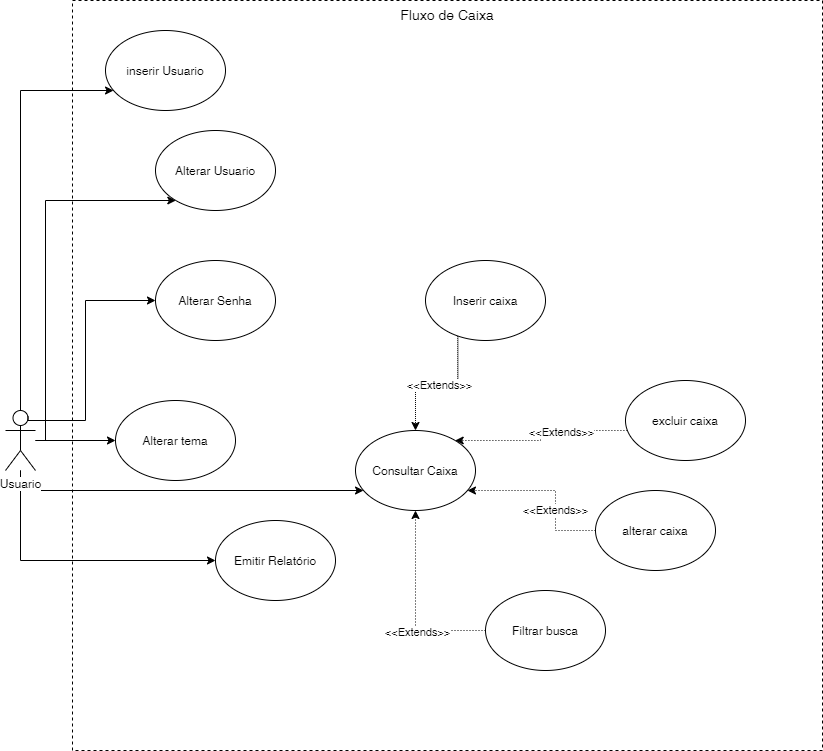
The draw.io diagram Diagramas/CasoUso_Despesa_Facil.png in flaviosenne/despesa-facil, before a commit. Source tidied: cells renumbered, new cells last; positions are measured from the earlier drawing's top-left corner, leaving out a move shared by most shapes.
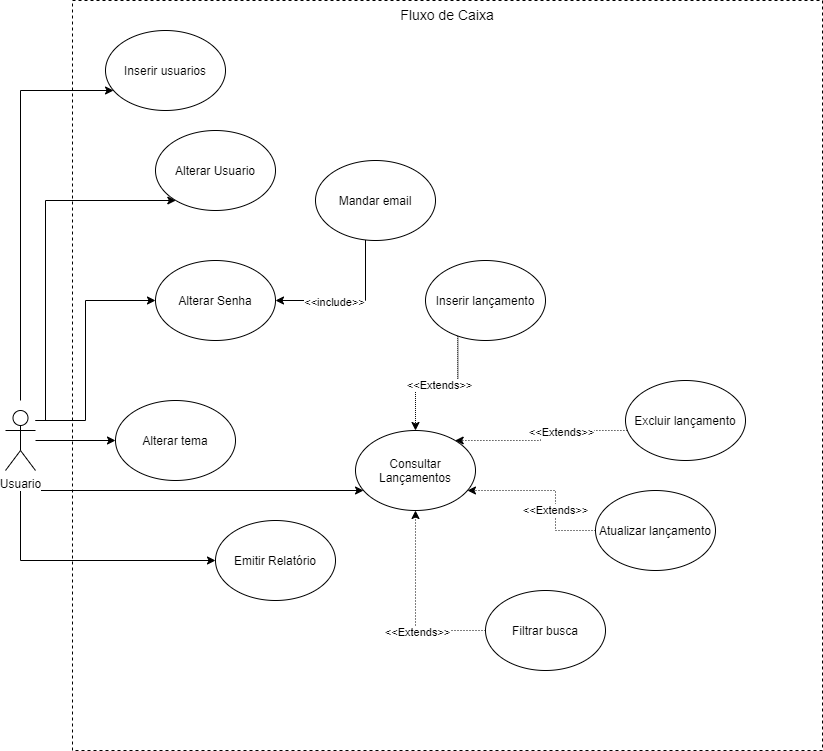
After the commit.

Diff of the diagram source:
```diff
@@ -5,8 +5,9 @@
     <mxCell id="2" value="&lt;font style=&quot;font-size: 14px&quot;&gt;Fluxo de Caixa&lt;/font&gt;" style="whiteSpace=wrap;html=1;dashed=1;verticalAlign=top;" parent="1" vertex="1">
       <mxGeometry x="67" width="750" height="750" as="geometry" />
     </mxCell>
-    <mxCell id="3" style="edgeStyle=orthogonalEdgeStyle;rounded=0;jettySize=auto;html=1;" parent="1" edge="1" source="8" target="9">
+    <mxCell id="3" style="edgeStyle=orthogonalEdgeStyle;rounded=0;jettySize=auto;html=1;" parent="1" edge="1" target="9">
       <mxGeometry relative="1" as="geometry">
+        <mxPoint x="15" y="400" as="sourcePoint" />
         <Array as="points">
           <mxPoint x="15" y="90" />
         </Array>
@@ -20,15 +21,17 @@
         </Array>
       </mxGeometry>
     </mxCell>
-    <mxCell id="5" style="edgeStyle=orthogonalEdgeStyle;rounded=0;jettySize=auto;html=1;" parent="1" edge="1" source="8" target="11">
+    <mxCell id="5" style="edgeStyle=orthogonalEdgeStyle;rounded=0;jettySize=auto;html=1;" parent="1" edge="1" target="11">
       <mxGeometry relative="1" as="geometry">
+        <mxPoint x="15" y="490" as="sourcePoint" />
         <Array as="points">
           <mxPoint x="15" y="560" />
         </Array>
       </mxGeometry>
     </mxCell>
-    <mxCell id="6" style="edgeStyle=orthogonalEdgeStyle;rounded=0;jettySize=auto;html=1;" parent="1" edge="1" source="8" target="13">
+    <mxCell id="6" style="edgeStyle=orthogonalEdgeStyle;rounded=0;jettySize=auto;html=1;" parent="1" edge="1" target="13">
       <mxGeometry relative="1" as="geometry">
+        <mxPoint x="15" y="500" as="sourcePoint" />
         <Array as="points">
           <mxPoint x="15" y="490" />
         </Array>
@@ -37,7 +40,7 @@
     <mxCell id="7" style="edgeStyle=orthogonalEdgeStyle;rounded=0;jettySize=auto;html=1;" parent="1" edge="1" source="8" target="25">
       <mxGeometry relative="1" as="geometry">
         <Array as="points">
-          <mxPoint x="40" y="440" />
+          <mxPoint x="40" y="420" />
           <mxPoint x="40" y="200" />
         </Array>
       </mxGeometry>
@@ -45,7 +48,7 @@
     <mxCell id="8" value="Usuario" style="shape=umlActor;verticalLabelPosition=bottom;labelBackgroundColor=#ffffff;verticalAlign=top;html=1;outlineConnect=0;" parent="1" vertex="1">
       <mxGeometry y="410" width="30" height="60" as="geometry" />
     </mxCell>
-    <mxCell id="9" value="inserir Usuario" style="ellipse;whiteSpace=wrap;html=1;" parent="1" vertex="1">
+    <mxCell id="9" value="Inserir usuarios" style="ellipse;whiteSpace=wrap;html=1;" parent="1" vertex="1">
       <mxGeometry x="100" y="30" width="120" height="80" as="geometry" />
     </mxCell>
     <mxCell id="10" value="Alterar tema" style="ellipse;whiteSpace=wrap;html=1;" parent="1" vertex="1">
@@ -57,7 +60,7 @@
     <mxCell id="12" value="&amp;lt;&amp;lt;Extends&amp;gt;&amp;gt;" style="edgeStyle=orthogonalEdgeStyle;rounded=0;jettySize=auto;html=1;dashed=1;dashPattern=1 1;exitX=0.269;exitY=0.947;exitDx=0;exitDy=0;exitPerimeter=0;" parent="1" edge="1" source="23" target="13">
       <mxGeometry relative="1" as="geometry" />
     </mxCell>
-    <mxCell id="13" value="Consultar Caixa" style="ellipse;whiteSpace=wrap;html=1;" parent="1" vertex="1">
+    <mxCell id="13" value="Consultar Lançamentos" style="ellipse;whiteSpace=wrap;html=1;" parent="1" vertex="1">
       <mxGeometry x="350" y="430" width="120" height="80" as="geometry" />
     </mxCell>
     <mxCell id="14" style="edgeStyle=orthogonalEdgeStyle;rounded=0;jettySize=auto;html=1;dashed=1;dashPattern=1 2;" parent="1" edge="1" source="16" target="13">
@@ -73,10 +76,10 @@
     <mxCell id="16" value="Filtrar busca" style="ellipse;whiteSpace=wrap;html=1;" parent="1" vertex="1">
       <mxGeometry x="480" y="590" width="120" height="80" as="geometry" />
     </mxCell>
-    <mxCell id="17" value="alterar caixa" style="ellipse;whiteSpace=wrap;html=1;" parent="1" vertex="1">
+    <mxCell id="17" value="Atualizar lançamento" style="ellipse;whiteSpace=wrap;html=1;" parent="1" vertex="1">
       <mxGeometry x="590" y="490" width="120" height="80" as="geometry" />
     </mxCell>
-    <mxCell id="18" value="excluir caixa" style="ellipse;whiteSpace=wrap;html=1;" parent="1" vertex="1">
+    <mxCell id="18" value="Excluir lançamento" style="ellipse;whiteSpace=wrap;html=1;" parent="1" vertex="1">
       <mxGeometry x="620" y="380" width="120" height="80" as="geometry" />
     </mxCell>
     <mxCell id="19" style="edgeStyle=orthogonalEdgeStyle;rounded=0;jettySize=auto;html=1;dashed=1;dashPattern=1 2;" parent="1" edge="1" source="18" target="13">
@@ -101,13 +104,14 @@
     <mxCell id="22" value="&amp;lt;&amp;lt;Extends&amp;gt;&amp;gt;" style="edgeLabel;html=1;align=center;verticalAlign=middle;" parent="21" vertex="1">
       <mxGeometry x="-0.28" y="1" relative="1" as="geometry" />
     </mxCell>
-    <mxCell id="23" value="Inserir caixa" style="ellipse;whiteSpace=wrap;html=1;" parent="1" vertex="1">
+    <mxCell id="23" value="Inserir lançamento" style="ellipse;whiteSpace=wrap;html=1;" parent="1" vertex="1">
       <mxGeometry x="420" y="260" width="120" height="80" as="geometry" />
     </mxCell>
-    <mxCell id="24" style="edgeStyle=orthogonalEdgeStyle;rounded=0;jettySize=auto;html=1;exitX=0.75;exitY=0.1;exitDx=0;exitDy=0;exitPerimeter=0;" parent="1" edge="1" source="8" target="26">
+    <mxCell id="24" style="edgeStyle=orthogonalEdgeStyle;rounded=0;jettySize=auto;html=1;" parent="1" edge="1" target="26">
       <mxGeometry relative="1" as="geometry">
+        <mxPoint x="30" y="420" as="sourcePoint" />
         <Array as="points">
-          <mxPoint x="23" y="420" />
+          <mxPoint x="30" y="420" />
           <mxPoint x="80" y="420" />
           <mxPoint x="80" y="300" />
         </Array>
@@ -119,5 +123,18 @@
     <mxCell id="26" value="Alterar Senha" style="ellipse;whiteSpace=wrap;html=1;" parent="1" vertex="1">
       <mxGeometry x="150" y="260" width="120" height="80" as="geometry" />
     </mxCell>
+    <mxCell id="27" style="edgeStyle=orthogonalEdgeStyle;rounded=0;jettySize=auto;html=1;entryX=1;entryY=0.5;entryDx=0;entryDy=0;" parent="1" edge="1" source="29" target="26">
+      <mxGeometry relative="1" as="geometry">
+        <Array as="points">
+          <mxPoint x="360" y="300" />
+        </Array>
+      </mxGeometry>
+    </mxCell>
+    <mxCell id="28" value="&amp;lt;&amp;lt;include&amp;gt;&amp;gt;" style="edgeLabel;html=1;align=center;verticalAlign=middle;" parent="27" vertex="1">
+      <mxGeometry x="0.22" y="1" relative="1" as="geometry" />
+    </mxCell>
+    <mxCell id="29" value="Mandar email" style="ellipse;whiteSpace=wrap;html=1;" parent="1" vertex="1">
+      <mxGeometry x="310" y="160" width="120" height="80" as="geometry" />
+    </mxCell>
   </root>
 </mxGraphModel>
```
